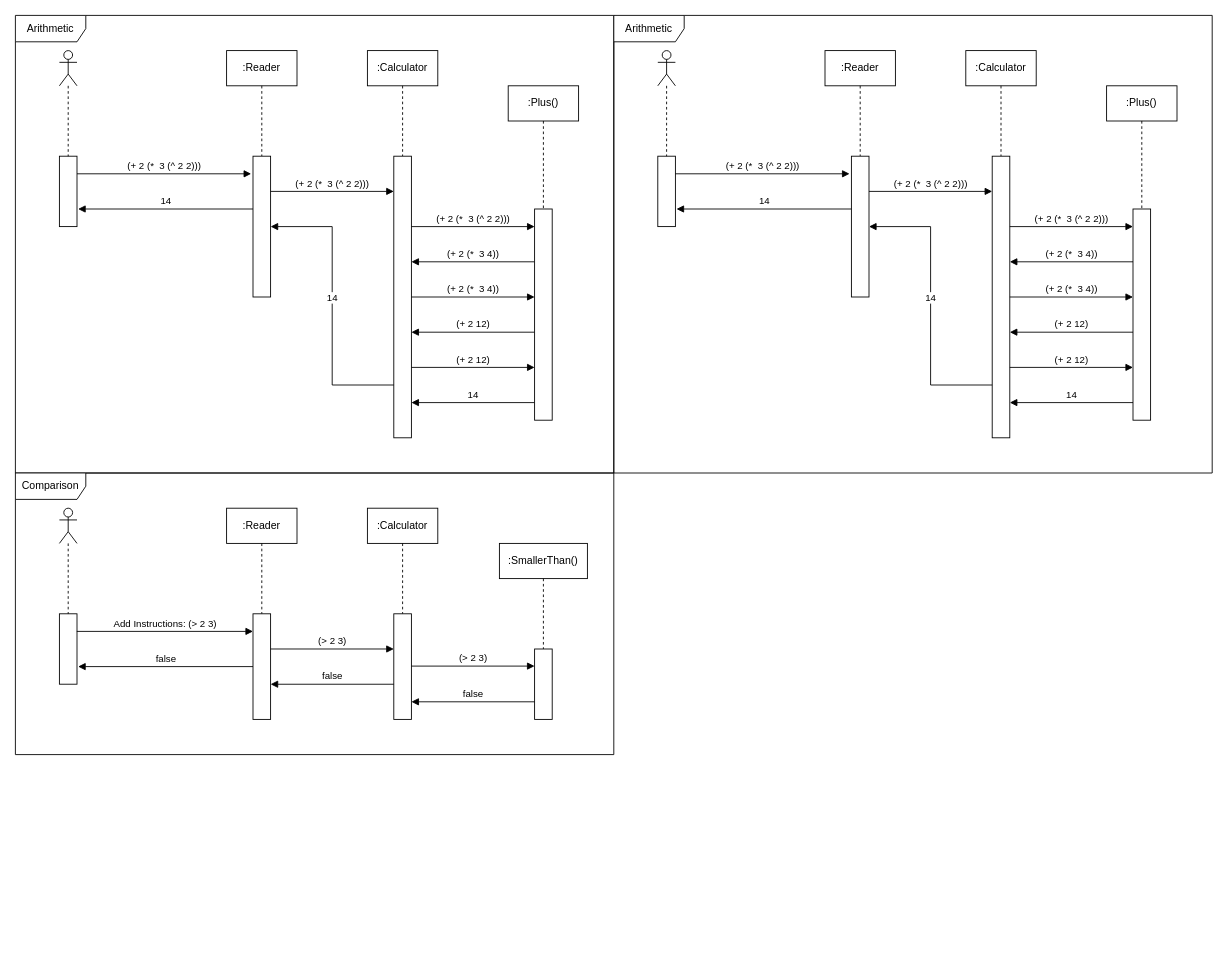
The draw.io diagram Proyecto1/Fases/Fase2/Sequence Diagrams.drawio in DiggsPapu/Proyect1_Lisp_Interpreter, before the edit. Source tidied: cells renumbered, new cells numbered last; positions are measured from the earlier drawing's top-left corner, leaving out a move shared by most shapes. Both pictures are drawn from the tidied source at 88%, with x=0, y=0 at pixel (15, 15).
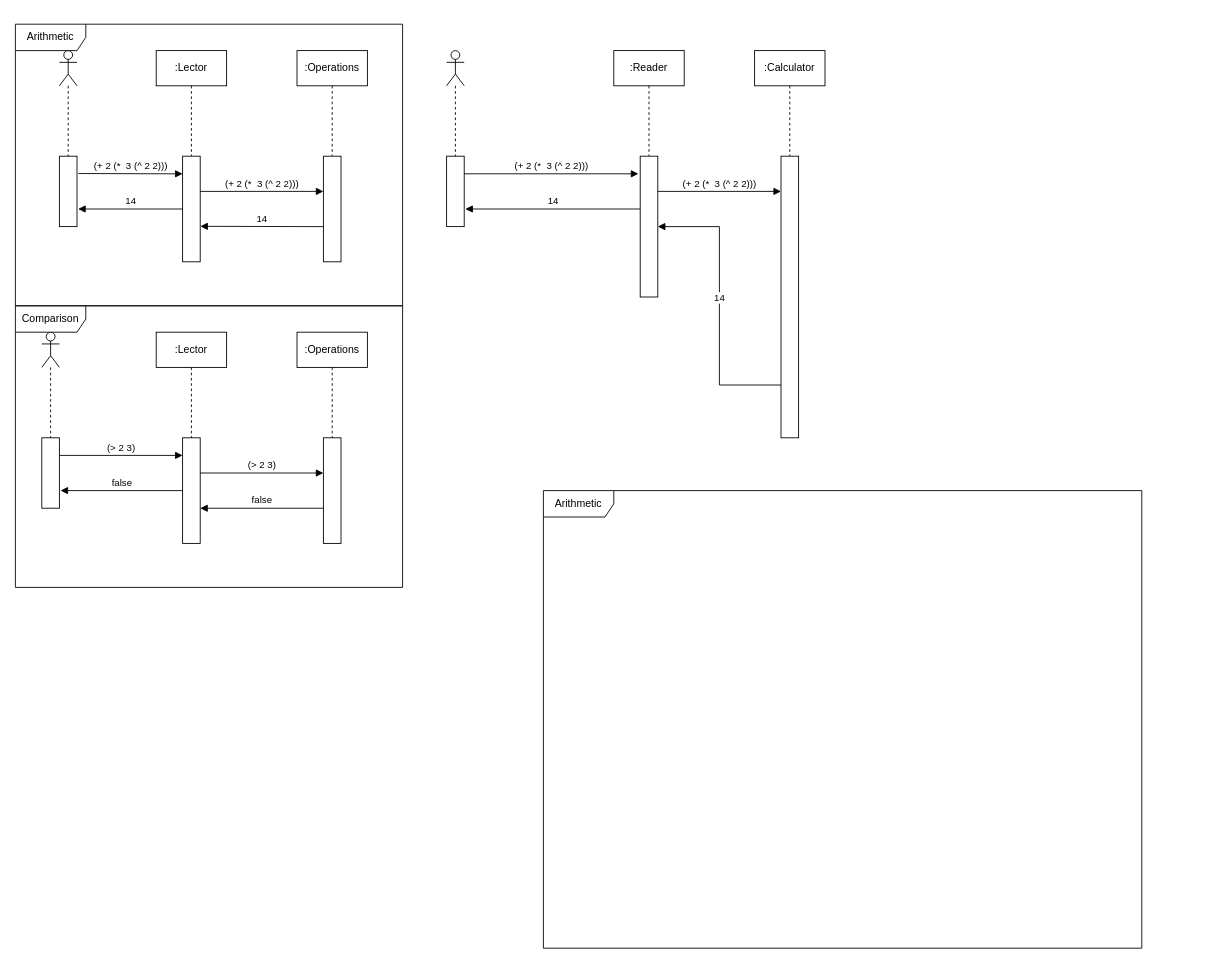
The same diagram, later.

Unchanged cells that the change refers to:
```xml
<mxCell id="2" style="html=1;points=[];perimeter=orthogonalPerimeter;" parent="1" vertex="1">
  <mxGeometry x="50" y="160" width="20" height="80" as="geometry" />
</mxCell>
```

Change to the diagram source:
```diff
@@
-    <mxCell id="3" value=":Reader" style="shape=umlLifeline;perimeter=lifelinePerimeter;whiteSpace=wrap;html=1;" parent="1" vertex="1">
-      <mxGeometry x="240" y="40" width="80" height="120" as="geometry" />
+    <mxCell id="3" value=":Lector" style="shape=umlLifeline;perimeter=lifelinePerimeter;whiteSpace=wrap;html=1;" parent="1" vertex="1">
+      <mxGeometry x="160" y="40" width="80" height="120" as="geometry" />
     </mxCell>
@@
     <mxCell id="5" style="html=1;points=[];perimeter=orthogonalPerimeter;" parent="1" vertex="1">
-      <mxGeometry x="270" y="160" width="20" height="160" as="geometry" />
+      <mxGeometry x="190" y="160" width="20" height="120" as="geometry" />
     </mxCell>
-    <mxCell id="6" value=":Calculator" style="shape=umlLifeline;perimeter=lifelinePerimeter;whiteSpace=wrap;html=1;" parent="1" vertex="1">
-      <mxGeometry x="400" y="40" width="80" height="120" as="geometry" />
+    <mxCell id="6" value=":Operations" style="shape=umlLifeline;perimeter=lifelinePerimeter;whiteSpace=wrap;html=1;" parent="1" vertex="1">
+      <mxGeometry x="320" y="40" width="80" height="120" as="geometry" />
     </mxCell>
     <mxCell id="7" style="html=1;points=[];perimeter=orthogonalPerimeter;" parent="1" vertex="1">
-      <mxGeometry x="430" y="160" width="20" height="320" as="geometry" />
+      <mxGeometry x="350" y="160" width="20" height="120" as="geometry" />
     </mxCell>
-    <mxCell id="8" value=":Plus()" style="shape=umlLifeline;perimeter=lifelinePerimeter;whiteSpace=wrap;html=1;" parent="1" vertex="1">
-      <mxGeometry x="560" y="80" width="80" height="380" as="geometry" />
-    </mxCell>
-    <mxCell id="9" value="(+ 2 (*&amp;nbsp; 3 (^ 2 2)))" style="html=1;verticalAlign=bottom;endArrow=block;rounded=0;" parent="8" edge="1">
-      <mxGeometry relative="1" as="geometry">
-        <mxPoint x="-110" y="160" as="sourcePoint" />
-        <mxPoint x="30" y="160" as="targetPoint" />
-      </mxGeometry>
-    </mxCell>
-    <mxCell id="10" value="(+ 2 (*&amp;nbsp; 3 4))" style="html=1;verticalAlign=bottom;endArrow=block;rounded=0;" parent="8" edge="1">
-      <mxGeometry relative="1" as="geometry">
-        <mxPoint x="30" y="200" as="sourcePoint" />
-        <mxPoint x="-110" y="200" as="targetPoint" />
-      </mxGeometry>
-    </mxCell>
-    <mxCell id="11" value="(+ 2 12)" style="html=1;verticalAlign=bottom;endArrow=block;rounded=0;" parent="8" edge="1">
-      <mxGeometry relative="1" as="geometry">
-        <mxPoint x="30" y="280" as="sourcePoint" />
-        <mxPoint x="-110" y="280" as="targetPoint" />
-      </mxGeometry>
-    </mxCell>
-    <mxCell id="12" value="(+ 2 (*&amp;nbsp; 3 4))" style="html=1;verticalAlign=bottom;endArrow=block;rounded=0;" parent="8" edge="1">
-      <mxGeometry relative="1" as="geometry">
-        <mxPoint x="-110" y="240" as="sourcePoint" />
-        <mxPoint x="30" y="240" as="targetPoint" />
-      </mxGeometry>
-    </mxCell>
-    <mxCell id="13" value="14" style="html=1;verticalAlign=bottom;endArrow=block;rounded=0;" parent="8" edge="1">
-      <mxGeometry relative="1" as="geometry">
-        <mxPoint x="30" y="360" as="sourcePoint" />
-        <mxPoint x="-110" y="360" as="targetPoint" />
-      </mxGeometry>
-    </mxCell>
-    <mxCell id="14" value="(+ 2 12)" style="html=1;verticalAlign=bottom;endArrow=block;rounded=0;" parent="8" edge="1">
-      <mxGeometry relative="1" as="geometry">
-        <mxPoint x="-110" y="320" as="sourcePoint" />
-        <mxPoint x="30" y="320" as="targetPoint" />
-      </mxGeometry>
-    </mxCell>
-    <mxCell id="15" style="html=1;perimeter=orthogonalPerimeter;" parent="8" vertex="1">
-      <mxGeometry x="30" y="140" width="20" height="240" as="geometry" />
-    </mxCell>
     <mxCell id="16" value="(+ 2 (*&amp;nbsp; 3 (^ 2 2)))" style="html=1;verticalAlign=bottom;endArrow=block;rounded=0;" parent="1" edge="1" target="7">
       <mxGeometry relative="1" as="geometry">
-        <mxPoint x="290" y="200" as="sourcePoint" />
+        <mxPoint x="210" y="200" as="sourcePoint" />
       </mxGeometry>
     </mxCell>
-    <mxCell id="17" value="14" style="html=1;verticalAlign=bottom;endArrow=block;rounded=0;" parent="1" edge="1" source="7" target="5">
-      <mxGeometry relative="1" as="geometry">
-        <Array as="points">
-          <mxPoint x="360" y="420" />
-          <mxPoint x="360" y="240" />
-        </Array>
-      </mxGeometry>
-    </mxCell>
@@
-    <mxCell id="19" value="Arithmetic" style="shape=umlFrame;whiteSpace=wrap;html=1;width=80;height=30;" parent="1" vertex="1">
-      <mxGeometry width="680" height="520" as="geometry" />
-    </mxCell>
-    <mxCell id="20" value="(+ 2 (*&amp;nbsp; 3 (^ 2 2)))" style="html=1;verticalAlign=bottom;endArrow=block;rounded=0;entryX=-0.104;entryY=0.125;entryDx=0;entryDy=0;entryPerimeter=0;" parent="1" edge="1" source="2" target="5">
+    <mxCell id="20" value="(+ 2 (*&amp;nbsp; 3 (^ 2 2)))" style="html=1;verticalAlign=bottom;endArrow=block;rounded=0;exitX=1.079;exitY=0.246;exitDx=0;exitDy=0;exitPerimeter=0;entryX=0;entryY=0.167;entryDx=0;entryDy=0;entryPerimeter=0;" parent="1" edge="1" source="2" target="5">
       <mxGeometry relative="1" as="geometry" />
     </mxCell>
     <mxCell id="21" style="html=1;points=[];perimeter=orthogonalPerimeter;" parent="1" vertex="1">
-      <mxGeometry x="50" y="680" width="20" height="80" as="geometry" />
+      <mxGeometry x="30" y="480" width="20" height="80" as="geometry" />
     </mxCell>
-    <mxCell id="22" value=":Reader" style="shape=umlLifeline;perimeter=lifelinePerimeter;whiteSpace=wrap;html=1;" parent="1" vertex="1">
-      <mxGeometry x="240" y="560" width="80" height="120" as="geometry" />
+    <mxCell id="22" value=":Lector" style="shape=umlLifeline;perimeter=lifelinePerimeter;whiteSpace=wrap;html=1;" parent="1" vertex="1">
+      <mxGeometry x="160" y="360" width="80" height="120" as="geometry" />
     </mxCell>
     <mxCell id="23" style="shape=umlLifeline;participant=umlActor;perimeter=lifelinePerimeter;whiteSpace=wrap;html=1;verticalAlign=top;spacingTop=36;" parent="1" vertex="1">
-      <mxGeometry x="50" y="560" width="20" height="120" as="geometry" />
+      <mxGeometry x="30" y="360" width="20" height="120" as="geometry" />
     </mxCell>
     <mxCell id="24" style="html=1;points=[];perimeter=orthogonalPerimeter;" parent="1" vertex="1">
-      <mxGeometry x="270" y="680" width="20" height="120" as="geometry" />
+      <mxGeometry x="190" y="480" width="20" height="120" as="geometry" />
     </mxCell>
-    <mxCell id="25" value=":Calculator" style="shape=umlLifeline;perimeter=lifelinePerimeter;whiteSpace=wrap;html=1;" parent="1" vertex="1">
-      <mxGeometry x="400" y="560" width="80" height="120" as="geometry" />
+    <mxCell id="25" value=":Operations" style="shape=umlLifeline;perimeter=lifelinePerimeter;whiteSpace=wrap;html=1;" parent="1" vertex="1">
+      <mxGeometry x="320" y="360" width="80" height="120" as="geometry" />
     </mxCell>
     <mxCell id="26" style="html=1;points=[];perimeter=orthogonalPerimeter;" parent="1" vertex="1">
-      <mxGeometry x="430" y="680" width="20" height="120" as="geometry" />
+      <mxGeometry x="350" y="480" width="20" height="120" as="geometry" />
     </mxCell>
-    <mxCell id="27" value=":SmallerThan()" style="shape=umlLifeline;perimeter=lifelinePerimeter;whiteSpace=wrap;html=1;" parent="1" vertex="1">
-      <mxGeometry x="550" y="600" width="100" height="160" as="geometry" />
-    </mxCell>
-    <mxCell id="28" style="html=1;points=[];perimeter=orthogonalPerimeter;" parent="1" vertex="1">
-      <mxGeometry x="590" y="720" width="20" height="80" as="geometry" />
-    </mxCell>
     <mxCell id="29" value="(&amp;gt; 2 3)" style="html=1;verticalAlign=bottom;endArrow=block;rounded=0;" parent="1" edge="1" target="26">
       <mxGeometry relative="1" as="geometry">
-        <mxPoint x="290" y="720" as="sourcePoint" />
+        <mxPoint x="210" y="520" as="sourcePoint" />
       </mxGeometry>
     </mxCell>
-    <mxCell id="30" value="(&amp;gt; 2 3)" style="html=1;verticalAlign=bottom;endArrow=block;rounded=0;entryX=-0.002;entryY=0.243;entryDx=0;entryDy=0;entryPerimeter=0;" parent="1" edge="1" source="26" target="28">
-      <mxGeometry relative="1" as="geometry" />
-    </mxCell>
-    <mxCell id="31" value="false" style="html=1;verticalAlign=bottom;endArrow=block;rounded=0;exitX=0;exitY=0.75;exitDx=0;exitDy=0;exitPerimeter=0;" parent="1" edge="1" source="28" target="26">
-      <mxGeometry relative="1" as="geometry" />
-    </mxCell>
@@
     <mxCell id="33" value="Comparison" style="shape=umlFrame;whiteSpace=wrap;html=1;width=80;height=30;" parent="1" vertex="1">
-      <mxGeometry y="520" width="680" height="320" as="geometry" />
+      <mxGeometry y="330" width="440" height="320" as="geometry" />
     </mxCell>
@@
-    <mxCell id="35" value="Add Instructions: (&amp;gt; 2 3)" style="html=1;verticalAlign=bottom;endArrow=block;rounded=0;exitX=0.99;exitY=0.25;exitDx=0;exitDy=0;exitPerimeter=0;" parent="1" edge="1" source="21" target="24">
+    <mxCell id="35" value="(&amp;gt; 2 3)" style="html=1;verticalAlign=bottom;endArrow=block;rounded=0;exitX=0.99;exitY=0.25;exitDx=0;exitDy=0;exitPerimeter=0;" parent="1" edge="1" source="21" target="24">
       <mxGeometry relative="1" as="geometry" />
     </mxCell>
     <mxCell id="36" style="html=1;points=[];perimeter=orthogonalPerimeter;" parent="1" vertex="1">
-      <mxGeometry x="730" y="160" width="20" height="80" as="geometry" />
+      <mxGeometry x="490" y="160" width="20" height="80" as="geometry" />
     </mxCell>
     <mxCell id="37" value=":Reader" style="shape=umlLifeline;perimeter=lifelinePerimeter;whiteSpace=wrap;html=1;" parent="1" vertex="1">
-      <mxGeometry x="920" y="40" width="80" height="120" as="geometry" />
+      <mxGeometry x="680" y="40" width="80" height="120" as="geometry" />
     </mxCell>
     <mxCell id="38" style="shape=umlLifeline;participant=umlActor;perimeter=lifelinePerimeter;whiteSpace=wrap;html=1;verticalAlign=top;spacingTop=36;" parent="1" vertex="1">
-      <mxGeometry x="730" y="40" width="20" height="120" as="geometry" />
+      <mxGeometry x="490" y="40" width="20" height="120" as="geometry" />
     </mxCell>
     <mxCell id="39" style="html=1;points=[];perimeter=orthogonalPerimeter;" parent="1" vertex="1">
-      <mxGeometry x="950" y="160" width="20" height="160" as="geometry" />
+      <mxGeometry x="710" y="160" width="20" height="160" as="geometry" />
     </mxCell>
     <mxCell id="40" value=":Calculator" style="shape=umlLifeline;perimeter=lifelinePerimeter;whiteSpace=wrap;html=1;" parent="1" vertex="1">
-      <mxGeometry x="1080" y="40" width="80" height="120" as="geometry" />
+      <mxGeometry x="840" y="40" width="80" height="120" as="geometry" />
     </mxCell>
     <mxCell id="41" style="html=1;points=[];perimeter=orthogonalPerimeter;" parent="1" vertex="1">
-      <mxGeometry x="1110" y="160" width="20" height="320" as="geometry" />
+      <mxGeometry x="870" y="160" width="20" height="320" as="geometry" />
     </mxCell>
-    <mxCell id="42" value=":Plus()" style="shape=umlLifeline;perimeter=lifelinePerimeter;whiteSpace=wrap;html=1;" parent="1" vertex="1">
-      <mxGeometry x="1240" y="80" width="80" height="380" as="geometry" />
-    </mxCell>
-    <mxCell id="43" value="(+ 2 (*&amp;nbsp; 3 (^ 2 2)))" style="html=1;verticalAlign=bottom;endArrow=block;rounded=0;" parent="42" edge="1">
-      <mxGeometry relative="1" as="geometry">
-        <mxPoint x="-110" y="160" as="sourcePoint" />
-        <mxPoint x="30" y="160" as="targetPoint" />
-      </mxGeometry>
-    </mxCell>
-    <mxCell id="44" value="(+ 2 (*&amp;nbsp; 3 4))" style="html=1;verticalAlign=bottom;endArrow=block;rounded=0;" parent="42" edge="1">
-      <mxGeometry relative="1" as="geometry">
-        <mxPoint x="30" y="200" as="sourcePoint" />
-        <mxPoint x="-110" y="200" as="targetPoint" />
-      </mxGeometry>
-    </mxCell>
-    <mxCell id="45" value="(+ 2 12)" style="html=1;verticalAlign=bottom;endArrow=block;rounded=0;" parent="42" edge="1">
-      <mxGeometry relative="1" as="geometry">
-        <mxPoint x="30" y="280" as="sourcePoint" />
-        <mxPoint x="-110" y="280" as="targetPoint" />
-      </mxGeometry>
-    </mxCell>
-    <mxCell id="46" value="(+ 2 (*&amp;nbsp; 3 4))" style="html=1;verticalAlign=bottom;endArrow=block;rounded=0;" parent="42" edge="1">
-      <mxGeometry relative="1" as="geometry">
-        <mxPoint x="-110" y="240" as="sourcePoint" />
-        <mxPoint x="30" y="240" as="targetPoint" />
-      </mxGeometry>
-    </mxCell>
-    <mxCell id="47" value="14" style="html=1;verticalAlign=bottom;endArrow=block;rounded=0;" parent="42" edge="1">
-      <mxGeometry relative="1" as="geometry">
-        <mxPoint x="30" y="360" as="sourcePoint" />
-        <mxPoint x="-110" y="360" as="targetPoint" />
-      </mxGeometry>
-    </mxCell>
-    <mxCell id="48" value="(+ 2 12)" style="html=1;verticalAlign=bottom;endArrow=block;rounded=0;" parent="42" edge="1">
-      <mxGeometry relative="1" as="geometry">
-        <mxPoint x="-110" y="320" as="sourcePoint" />
-        <mxPoint x="30" y="320" as="targetPoint" />
-      </mxGeometry>
-    </mxCell>
-    <mxCell id="49" style="html=1;perimeter=orthogonalPerimeter;" parent="42" vertex="1">
-      <mxGeometry x="30" y="140" width="20" height="240" as="geometry" />
-    </mxCell>
     <mxCell id="50" value="(+ 2 (*&amp;nbsp; 3 (^ 2 2)))" style="html=1;verticalAlign=bottom;endArrow=block;rounded=0;" parent="1" edge="1" target="41">
       <mxGeometry relative="1" as="geometry">
-        <mxPoint x="970" y="200" as="sourcePoint" />
+        <mxPoint x="730" y="200" as="sourcePoint" />
       </mxGeometry>
     </mxCell>
     <mxCell id="51" value="14" style="html=1;verticalAlign=bottom;endArrow=block;rounded=0;" parent="1" edge="1" source="41" target="39">
       <mxGeometry relative="1" as="geometry">
         <Array as="points">
-          <mxPoint x="1040" y="420" />
-          <mxPoint x="1040" y="240" />
+          <mxPoint x="800" y="420" />
+          <mxPoint x="800" y="240" />
         </Array>
       </mxGeometry>
     </mxCell>
@@
     <mxCell id="53" value="Arithmetic" style="shape=umlFrame;whiteSpace=wrap;html=1;width=80;height=30;" parent="1" vertex="1">
-      <mxGeometry x="680" width="680" height="520" as="geometry" />
+      <mxGeometry x="600" y="540" width="680" height="520" as="geometry" />
     </mxCell>
@@
+    <mxCell id="17" value="14" style="html=1;verticalAlign=bottom;endArrow=block;rounded=0;exitX=-0.024;exitY=0.667;exitDx=0;exitDy=0;exitPerimeter=0;entryX=1.006;entryY=0.664;entryDx=0;entryDy=0;entryPerimeter=0;" parent="1" edge="1" source="7" target="5">
+      <mxGeometry relative="1" as="geometry" />
+    </mxCell>
+    <mxCell id="19" value="Arithmetic" style="shape=umlFrame;whiteSpace=wrap;html=1;width=80;height=30;" parent="1" vertex="1">
+      <mxGeometry y="10" width="440" height="320" as="geometry" />
+    </mxCell>
```
